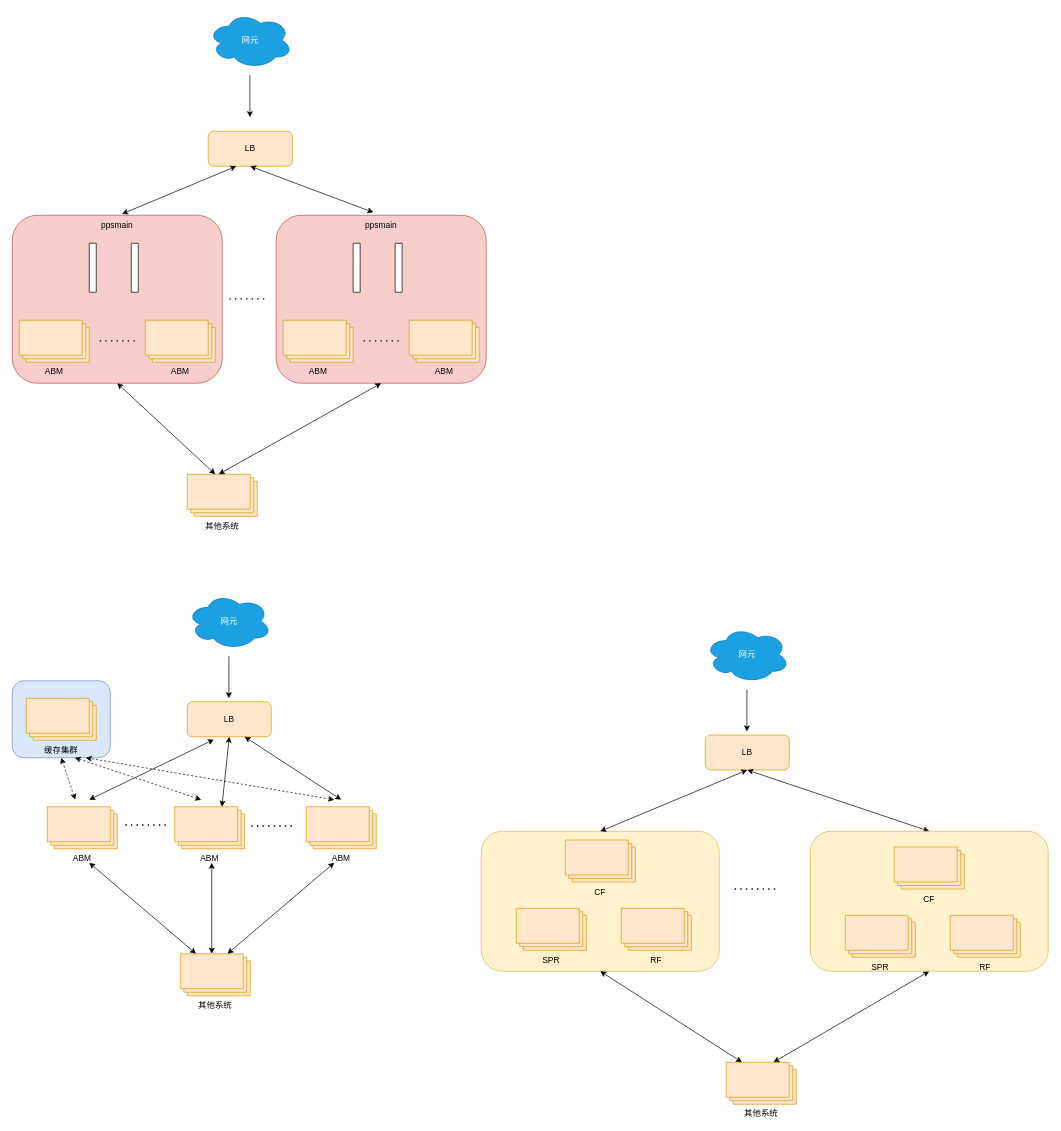
The draw.io diagram 未命名绘图22.drawio in buf1024/drawio, before the edit. Source tidied: cells renumbered, new cells numbered last; positions are measured from the earlier drawing's top-left corner, leaving out a move shared by most shapes. Both pictures are drawn from the tidied source at 70%, with x=0, y=0 at pixel (12, 12).
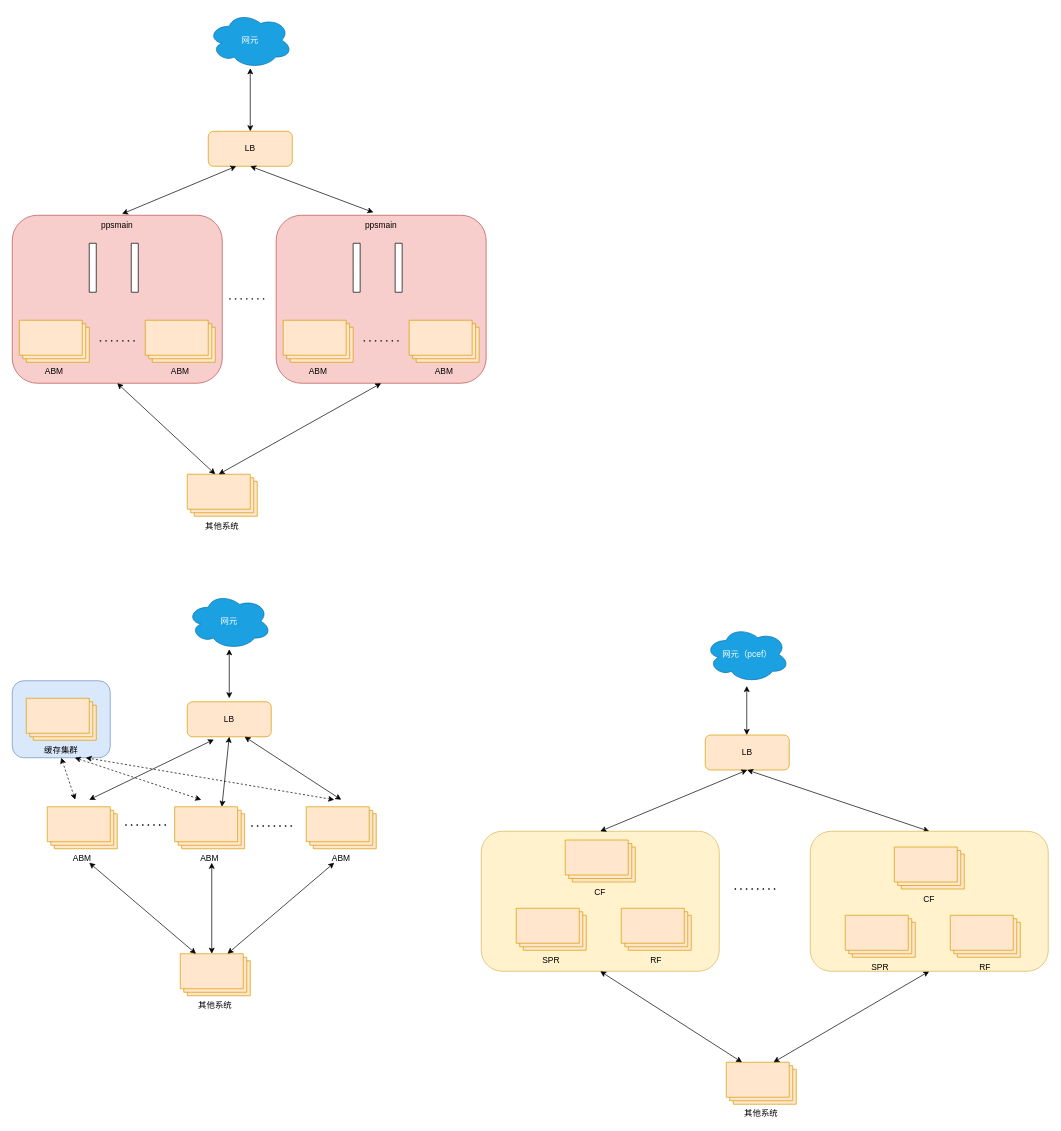
The same page after the edit.

Commit message (it also covers changes not shown here):
更新未命名绘图22.drawio

The change refers to these unchanged cells:
```xml
<mxCell id="5" value="LB" style="rounded=1;whiteSpace=wrap;html=1;fillColor=#ffe6cc;strokeColor=#d79b00;" parent="1" vertex="1">
  <mxGeometry x="280" y="170" width="120" height="50" as="geometry" />
</mxCell>
```

Diff of the diagram source:
```diff
@@
-    <mxCell id="7" style="endArrow=classic;html=1;rounded=0;" parent="1" edge="1">
-      <mxGeometry relative="1" as="geometry">
-        <mxPoint x="339.5" y="90" as="sourcePoint" />
-        <mxPoint x="339.5" y="150" as="targetPoint" />
-      </mxGeometry>
-    </mxCell>
@@
-    <mxCell id="26" style="endArrow=classic;html=1;rounded=0;" parent="1" edge="1">
-      <mxGeometry relative="1" as="geometry">
-        <mxPoint x="309.5" y="920" as="sourcePoint" />
-        <mxPoint x="309.5" y="980" as="targetPoint" />
-      </mxGeometry>
-    </mxCell>
@@
-    <mxCell id="46" style="endArrow=classic;html=1;rounded=0;" parent="1" edge="1">
-      <mxGeometry relative="1" as="geometry">
-        <mxPoint x="1049.5" y="967.5" as="sourcePoint" />
-        <mxPoint x="1049.5" y="1027.5" as="targetPoint" />
-      </mxGeometry>
-    </mxCell>
@@
-    <mxCell id="53" value="网元" style="ellipse;shape=cloud;whiteSpace=wrap;html=1;fillColor=#1ba1e2;strokeColor=#006EAF;fontColor=#ffffff;" parent="1" vertex="1">
+    <mxCell id="53" value="网元（pcef）" style="ellipse;shape=cloud;whiteSpace=wrap;html=1;fillColor=#1ba1e2;strokeColor=#006EAF;fontColor=#ffffff;" parent="1" vertex="1">
       <mxGeometry x="990" y="877.5" width="120" height="80" as="geometry" />
     </mxCell>
@@
+    <mxCell id="60" style="endArrow=classic;startArrow=classic;html=1;rounded=0;" parent="1" edge="1">
+      <mxGeometry relative="1" as="geometry">
+        <mxPoint x="310" y="980" as="sourcePoint" />
+        <mxPoint x="310" y="910" as="targetPoint" />
+      </mxGeometry>
+    </mxCell>
+    <mxCell id="61" style="endArrow=classic;startArrow=classic;html=1;rounded=0;exitX=0.5;exitY=0;exitDx=0;exitDy=0;" parent="1" edge="1" source="5">
+      <mxGeometry relative="1" as="geometry">
+        <mxPoint x="340" y="80" as="targetPoint" />
+      </mxGeometry>
+    </mxCell>
+    <mxCell id="62" style="endArrow=classic;startArrow=classic;html=1;rounded=0;" parent="1" edge="1">
+      <mxGeometry relative="1" as="geometry">
+        <mxPoint x="1049.3" y="1032.5" as="sourcePoint" />
+        <mxPoint x="1049.3" y="962.5" as="targetPoint" />
+      </mxGeometry>
+    </mxCell>
```
